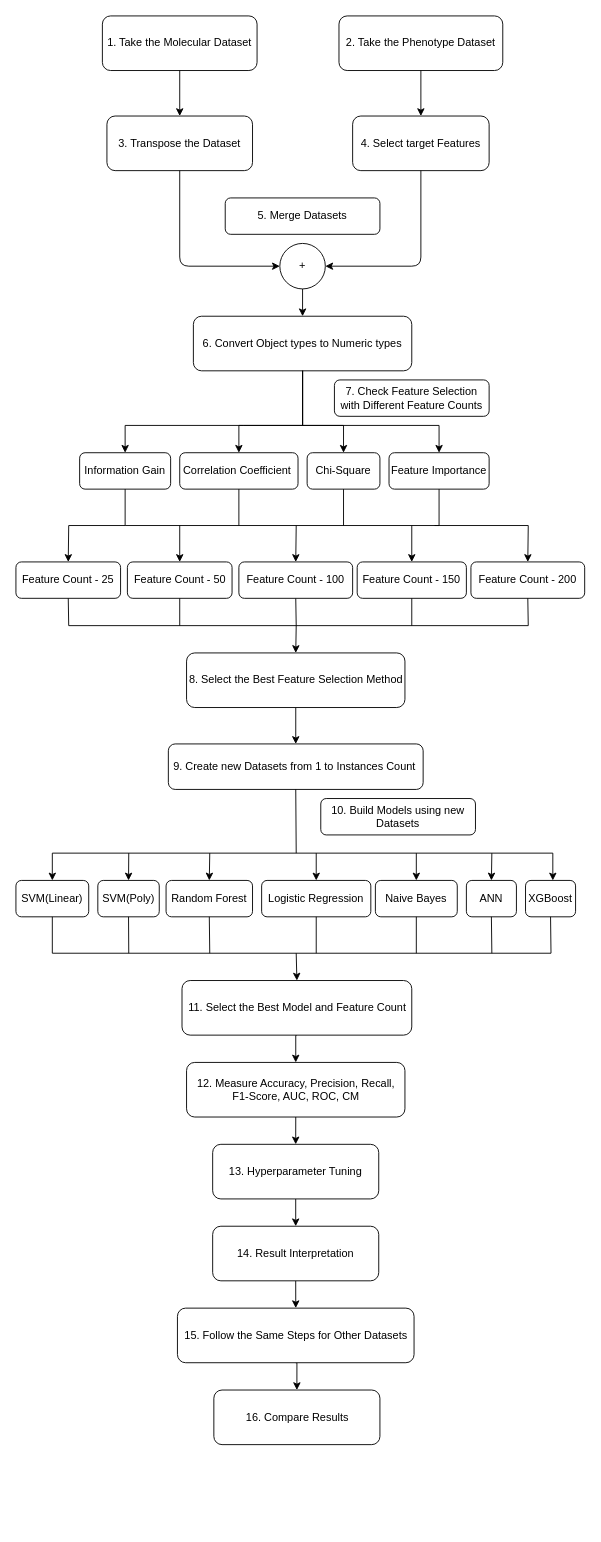
Above: Includes/Framework.drawio in banulalakwindu/Performance-Comparison-of-Molecular-Data-in-Diabetic-Retinopathy-Identification (draw.io), before the change. Source tidied: cells renumbered, new cells numbered last; positions are measured from the earlier drawing's top-left corner, leaving out a move shared by most shapes. Both pictures are drawn from the tidied source at 91%, with x=0, y=0 at pixel (15, 15).
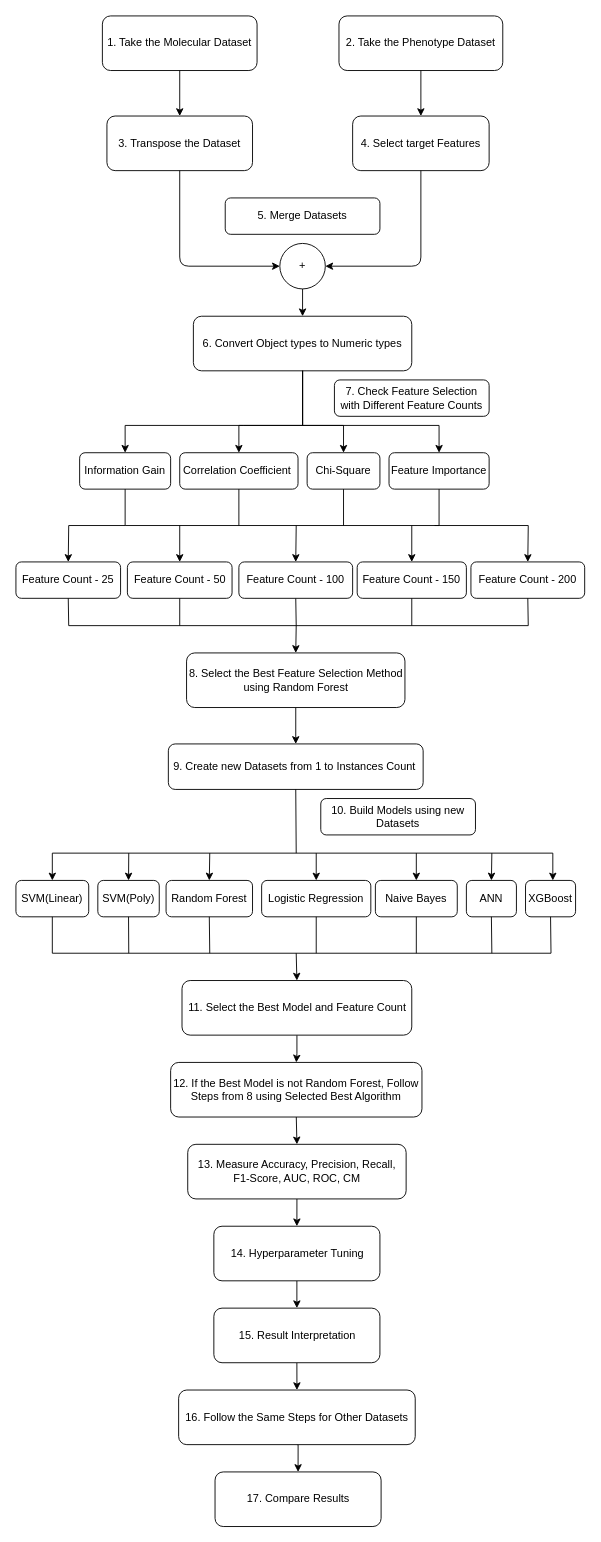
After the change.

The change refers to these unchanged cells:
```xml
<mxCell id="60" value="11. Select the Best Model and Feature Count" style="rounded=1;whiteSpace=wrap;html=1;points=[[0,0,0,0,0],[0,0.25,0,0,0],[0,0.5,0,0,0],[0,0.75,0,0,0],[0,1,0,0,0],[0.17,1,0,0,0],[0.25,0,0,0,0],[0.5,0,0,0,0],[0.5,1,0,0,0],[0.61,1,0,0,0],[0.75,0,0,0,0],[0.81,1,0,0,0],[1,0,0,0,0],[1,0.25,0,0,0],[1,0.5,0,0,0],[1,0.75,0,0,0],[1,1,0,0,0]];" parent="1" vertex="1">
  <mxGeometry x="182.5" y="1060" width="252.5" height="60" as="geometry" />
</mxCell>
```

The edit, as a diff of the source:
```diff
@@
-    <mxCell id="38" value="8. Select the Best Feature Selection Method" style="rounded=1;whiteSpace=wrap;html=1;points=[[0,0,0,0,0],[0,0.25,0,0,0],[0,0.5,0,0,0],[0,0.75,0,0,0],[0,1,0,0,0],[0.17,1,0,0,0],[0.25,0,0,0,0],[0.5,0,0,0,0],[0.5,1,0,0,0],[0.61,1,0,0,0],[0.75,0,0,0,0],[0.81,1,0,0,0],[1,0,0,0,0],[1,0.25,0,0,0],[1,0.5,0,0,0],[1,0.75,0,0,0],[1,1,0,0,0]];" parent="1" vertex="1">
+    <mxCell id="38" value="8. Select the Best Feature Selection Method using Random Forest" style="rounded=1;whiteSpace=wrap;html=1;points=[[0,0,0,0,0],[0,0.25,0,0,0],[0,0.5,0,0,0],[0,0.75,0,0,0],[0,1,0,0,0],[0.17,1,0,0,0],[0.25,0,0,0,0],[0.5,0,0,0,0],[0.5,1,0,0,0],[0.61,1,0,0,0],[0.75,0,0,0,0],[0.81,1,0,0,0],[1,0,0,0,0],[1,0.25,0,0,0],[1,0.5,0,0,0],[1,0.75,0,0,0],[1,1,0,0,0]];" parent="1" vertex="1">
       <mxGeometry x="187.5" y="700" width="240" height="60" as="geometry" />
     </mxCell>
@@
-    <mxCell id="59" style="edgeStyle=orthogonalEdgeStyle;rounded=0;jettySize=auto;html=1;exitX=0.5;exitY=1;exitDx=0;exitDy=0;exitPerimeter=0;entryX=0.5;entryY=0;entryDx=0;entryDy=0;entryPerimeter=0;" parent="1" edge="1" source="60" target="69">
-      <mxGeometry relative="1" as="geometry" />
-    </mxCell>
+    <mxCell id="77" style="edgeStyle=orthogonalEdgeStyle;rounded=0;jettySize=auto;html=1;" parent="1" edge="1" source="60" target="79">
+      <mxGeometry relative="1" as="geometry" />
+    </mxCell>
@@
-    <mxCell id="69" value="12. Measure Accuracy, Precision, Recall, F1-Score, AUC, ROC, CM" style="rounded=1;whiteSpace=wrap;html=1;points=[[0,0,0,0,0],[0,0.25,0,0,0],[0,0.5,0,0,0],[0,0.75,0,0,0],[0,1,0,0,0],[0.17,1,0,0,0],[0.25,0,0,0,0],[0.5,0,0,0,0],[0.5,1,0,0,0],[0.61,1,0,0,0],[0.75,0,0,0,0],[0.81,1,0,0,0],[1,0,0,0,0],[1,0.25,0,0,0],[1,0.5,0,0,0],[1,0.75,0,0,0],[1,1,0,0,0]];" parent="1" vertex="1">
-      <mxGeometry x="187.5" y="1150" width="240" height="60" as="geometry" />
+    <mxCell id="69" value="13. Measure Accuracy, Precision, Recall, F1-Score, AUC, ROC, CM" style="rounded=1;whiteSpace=wrap;html=1;points=[[0,0,0,0,0],[0,0.25,0,0,0],[0,0.5,0,0,0],[0,0.75,0,0,0],[0,1,0,0,0],[0.17,1,0,0,0],[0.25,0,0,0,0],[0.5,0,0,0,0],[0.5,1,0,0,0],[0.61,1,0,0,0],[0.75,0,0,0,0],[0.81,1,0,0,0],[1,0,0,0,0],[1,0.25,0,0,0],[1,0.5,0,0,0],[1,0.75,0,0,0],[1,1,0,0,0]];" parent="1" vertex="1">
+      <mxGeometry x="188.8" y="1240" width="240" height="60" as="geometry" />
     </mxCell>
@@
-    <mxCell id="71" value="13. Hyperparameter Tuning" style="rounded=1;whiteSpace=wrap;html=1;points=[[0,0,0,0,0],[0,0.25,0,0,0],[0,0.5,0,0,0],[0,0.75,0,0,0],[0,1,0,0,0],[0.17,1,0,0,0],[0.25,0,0,0,0],[0.5,0,0,0,0],[0.5,1,0,0,0],[0.61,1,0,0,0],[0.75,0,0,0,0],[0.81,1,0,0,0],[1,0,0,0,0],[1,0.25,0,0,0],[1,0.5,0,0,0],[1,0.75,0,0,0],[1,1,0,0,0]];" parent="1" vertex="1">
-      <mxGeometry x="216.2" y="1240" width="182.5" height="60" as="geometry" />
+    <mxCell id="71" value="14. Hyperparameter Tuning" style="rounded=1;whiteSpace=wrap;html=1;points=[[0,0,0,0,0],[0,0.25,0,0,0],[0,0.5,0,0,0],[0,0.75,0,0,0],[0,1,0,0,0],[0.17,1,0,0,0],[0.25,0,0,0,0],[0.5,0,0,0,0],[0.5,1,0,0,0],[0.61,1,0,0,0],[0.75,0,0,0,0],[0.81,1,0,0,0],[1,0,0,0,0],[1,0.25,0,0,0],[1,0.5,0,0,0],[1,0.75,0,0,0],[1,1,0,0,0]];" parent="1" vertex="1">
+      <mxGeometry x="217.5" y="1330" width="182.5" height="60" as="geometry" />
     </mxCell>
@@
-    <mxCell id="73" value="14. Result Interpretation" style="rounded=1;whiteSpace=wrap;html=1;points=[[0,0,0,0,0],[0,0.25,0,0,0],[0,0.5,0,0,0],[0,0.75,0,0,0],[0,1,0,0,0],[0.17,1,0,0,0],[0.25,0,0,0,0],[0.5,0,0,0,0],[0.5,1,0,0,0],[0.61,1,0,0,0],[0.75,0,0,0,0],[0.81,1,0,0,0],[1,0,0,0,0],[1,0.25,0,0,0],[1,0.5,0,0,0],[1,0.75,0,0,0],[1,1,0,0,0]];" parent="1" vertex="1">
-      <mxGeometry x="216.2" y="1330" width="182.5" height="60" as="geometry" />
+    <mxCell id="73" value="15. Result Interpretation" style="rounded=1;whiteSpace=wrap;html=1;points=[[0,0,0,0,0],[0,0.25,0,0,0],[0,0.5,0,0,0],[0,0.75,0,0,0],[0,1,0,0,0],[0.17,1,0,0,0],[0.25,0,0,0,0],[0.5,0,0,0,0],[0.5,1,0,0,0],[0.61,1,0,0,0],[0.75,0,0,0,0],[0.81,1,0,0,0],[1,0,0,0,0],[1,0.25,0,0,0],[1,0.5,0,0,0],[1,0.75,0,0,0],[1,1,0,0,0]];" parent="1" vertex="1">
+      <mxGeometry x="217.5" y="1420" width="182.5" height="60" as="geometry" />
     </mxCell>
@@
-    <mxCell id="75" value="15. Follow the Same Steps for Other Datasets" style="rounded=1;whiteSpace=wrap;html=1;points=[[0,0,0,0,0],[0,0.25,0,0,0],[0,0.5,0,0,0],[0,0.75,0,0,0],[0,1,0,0,0],[0.17,1,0,0,0],[0.25,0,0,0,0],[0.5,0,0,0,0],[0.5,1,0,0,0],[0.61,1,0,0,0],[0.75,0,0,0,0],[0.81,1,0,0,0],[1,0,0,0,0],[1,0.25,0,0,0],[1,0.5,0,0,0],[1,0.75,0,0,0],[1,1,0,0,0]];" parent="1" vertex="1">
-      <mxGeometry x="177.5" y="1420" width="260" height="60" as="geometry" />
+    <mxCell id="75" value="16. Follow the Same Steps for Other Datasets" style="rounded=1;whiteSpace=wrap;html=1;points=[[0,0,0,0,0],[0,0.25,0,0,0],[0,0.5,0,0,0],[0,0.75,0,0,0],[0,1,0,0,0],[0.17,1,0,0,0],[0.25,0,0,0,0],[0.5,0,0,0,0],[0.5,1,0,0,0],[0.61,1,0,0,0],[0.75,0,0,0,0],[0.81,1,0,0,0],[1,0,0,0,0],[1,0.25,0,0,0],[1,0.5,0,0,0],[1,0.75,0,0,0],[1,1,0,0,0]];" parent="1" vertex="1">
+      <mxGeometry x="178.8" y="1510" width="260" height="60" as="geometry" />
     </mxCell>
-    <mxCell id="76" value="16. Compare Results" style="rounded=1;whiteSpace=wrap;html=1;points=[[0,0,0,0,0],[0,0.25,0,0,0],[0,0.5,0,0,0],[0,0.75,0,0,0],[0,1,0,0,0],[0.17,1,0,0,0],[0.25,0,0,0,0],[0.5,0,0,0,0],[0.5,1,0,0,0],[0.61,1,0,0,0],[0.75,0,0,0,0],[0.81,1,0,0,0],[1,0,0,0,0],[1,0.25,0,0,0],[1,0.5,0,0,0],[1,0.75,0,0,0],[1,1,0,0,0]];" parent="1" vertex="1">
-      <mxGeometry x="217.5" y="1510" width="182.5" height="60" as="geometry" />
+    <mxCell id="76" value="17. Compare Results" style="rounded=1;whiteSpace=wrap;html=1;points=[[0,0,0,0,0],[0,0.25,0,0,0],[0,0.5,0,0,0],[0,0.75,0,0,0],[0,1,0,0,0],[0.17,1,0,0,0],[0.25,0,0,0,0],[0.5,0,0,0,0],[0.5,1,0,0,0],[0.61,1,0,0,0],[0.75,0,0,0,0],[0.81,1,0,0,0],[1,0,0,0,0],[1,0.25,0,0,0],[1,0.5,0,0,0],[1,0.75,0,0,0],[1,1,0,0,0]];" parent="1" vertex="1">
+      <mxGeometry x="218.8" y="1600" width="182.5" height="60" as="geometry" />
     </mxCell>
+    <mxCell id="78" style="edgeStyle=orthogonalEdgeStyle;rounded=0;jettySize=auto;html=1;exitX=0.5;exitY=1;exitDx=0;exitDy=0;entryX=0.5;entryY=0;entryDx=0;entryDy=0;entryPerimeter=0;" parent="1" edge="1" source="79" target="69">
+      <mxGeometry relative="1" as="geometry" />
+    </mxCell>
+    <mxCell id="79" value="12. If the Best Model is not Random Forest, Follow Steps from 8 using Selected Best Algorithm" style="whiteSpace=wrap;html=1;rounded=1;" parent="1" vertex="1">
+      <mxGeometry x="170" y="1150" width="276.2" height="60" as="geometry" />
+    </mxCell>
```
